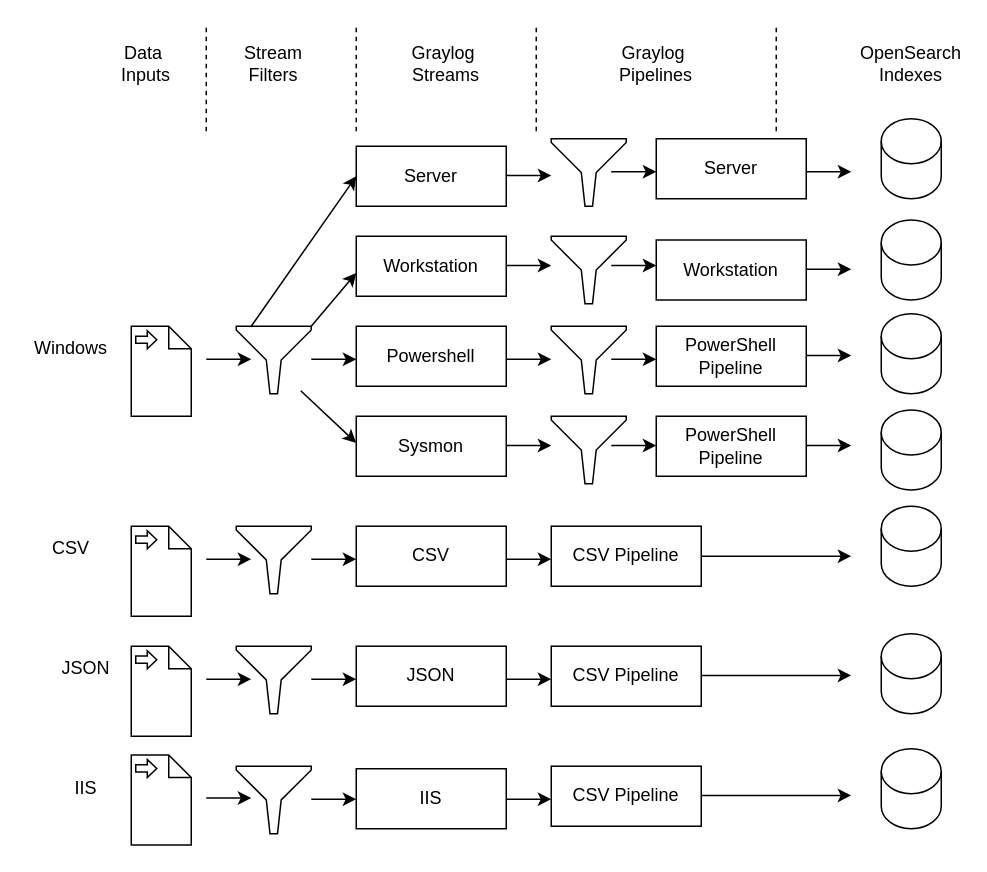
Before: images/graylog-architecture.drawio in JCSC-JE/Graylog-IR, a draw.io diagram. Source tidied: cells renumbered, new cells numbered last; positions are measured from the earlier drawing's top-left corner, leaving out a move shared by most shapes. Both pictures are drawn from the tidied source at 150%, with x=0, y=0 at pixel (26, 26).
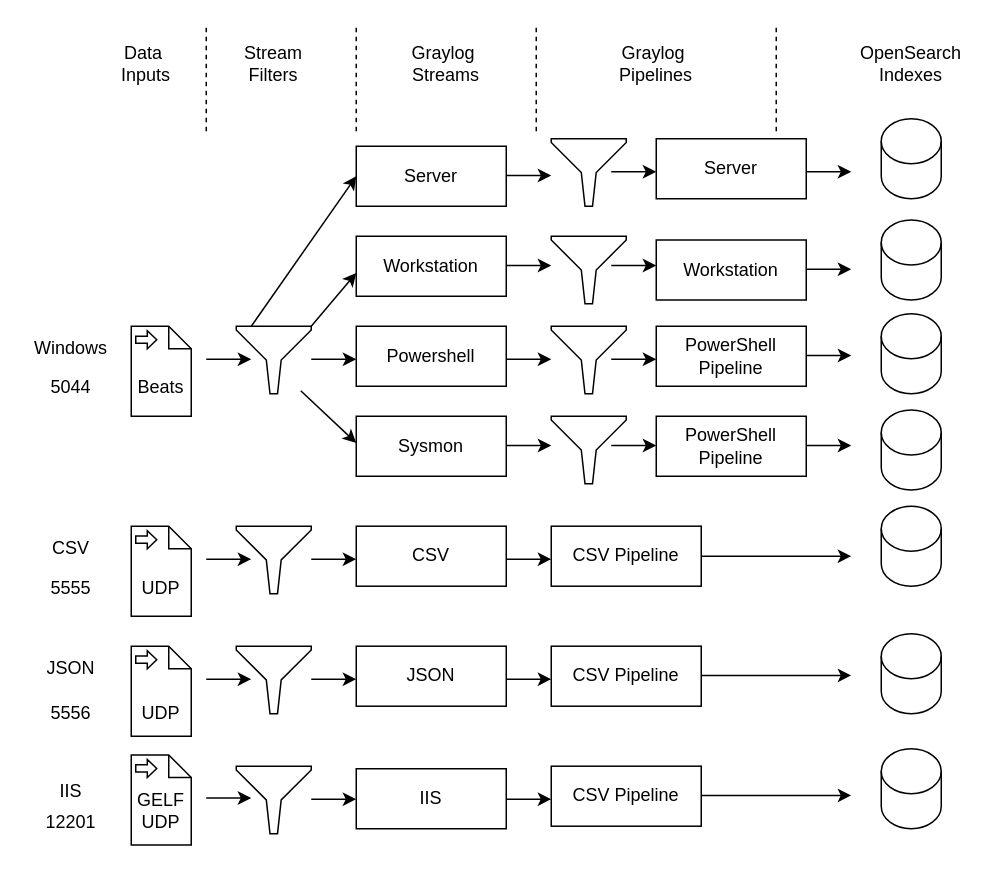
After the change.

The edit, as a diff of the source:
```diff
@@
     <mxCell id="8" value="JSON" style="text;html=1;align=center;verticalAlign=middle;whiteSpace=wrap;rounded=0;" parent="1" vertex="1">
-      <mxGeometry x="10" y="413.3" width="60" height="30" as="geometry" />
+      <mxGeometry y="413.3" width="60" height="30" as="geometry" />
     </mxCell>
     <mxCell id="9" value="IIS" style="text;html=1;align=center;verticalAlign=middle;whiteSpace=wrap;rounded=0;" parent="1" vertex="1">
-      <mxGeometry x="10" y="493.3" width="60" height="30" as="geometry" />
+      <mxGeometry y="495" width="60" height="30" as="geometry" />
     </mxCell>
@@
+    <mxCell id="77" value="Beats" style="text;html=1;align=center;verticalAlign=middle;whiteSpace=wrap;rounded=0;" parent="1" vertex="1">
+      <mxGeometry x="60" y="225.8" width="60" height="30" as="geometry" />
+    </mxCell>
+    <mxCell id="78" value="5044" style="text;html=1;align=center;verticalAlign=middle;whiteSpace=wrap;rounded=0;" parent="1" vertex="1">
+      <mxGeometry y="225.8" width="60" height="30" as="geometry" />
+    </mxCell>
+    <mxCell id="79" value="UDP" style="text;html=1;align=center;verticalAlign=middle;whiteSpace=wrap;rounded=0;" parent="1" vertex="1">
+      <mxGeometry x="60" y="360" width="60" height="30" as="geometry" />
+    </mxCell>
+    <mxCell id="80" value="GELF&lt;div&gt;UDP&lt;/div&gt;" style="text;html=1;align=center;verticalAlign=middle;whiteSpace=wrap;rounded=0;" parent="1" vertex="1">
+      <mxGeometry x="60" y="508.3" width="60" height="30" as="geometry" />
+    </mxCell>
+    <mxCell id="81" value="UDP" style="text;html=1;align=center;verticalAlign=middle;whiteSpace=wrap;rounded=0;" parent="1" vertex="1">
+      <mxGeometry x="60" y="443.3" width="60" height="30" as="geometry" />
+    </mxCell>
+    <mxCell id="82" value="12201" style="text;html=1;align=center;verticalAlign=middle;whiteSpace=wrap;rounded=0;" parent="1" vertex="1">
+      <mxGeometry y="515.8" width="60" height="30" as="geometry" />
+    </mxCell>
+    <mxCell id="83" value="5555" style="text;html=1;align=center;verticalAlign=middle;whiteSpace=wrap;rounded=0;" parent="1" vertex="1">
+      <mxGeometry y="360" width="60" height="30" as="geometry" />
+    </mxCell>
+    <mxCell id="84" value="5556" style="text;html=1;align=center;verticalAlign=middle;whiteSpace=wrap;rounded=0;" parent="1" vertex="1">
+      <mxGeometry y="443.3" width="60" height="30" as="geometry" />
+    </mxCell>
```
